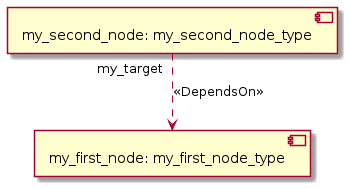
Before: diagrams/tosca-capability-attributes-properties-service-uml2-deployment-diagram.png, a diagram exported from PlantUML (xlab-si/xopera-examples). Source of this version:
```plantuml
@startuml
skinparam componentStyle uml2

component "my_first_node: my_first_node_type" as node_my_first_node
component "my_second_node: my_second_node_type" as node_my_second_node
node_my_second_node "my_target" ..> node_my_first_node : <<DependsOn>>
@enduml
```
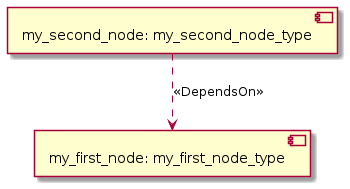
Later version of the same file.

What changed in the source:
```diff
@@ -3,5 +3,5 @@
 
 component "my_first_node: my_first_node_type" as node_my_first_node
 component "my_second_node: my_second_node_type" as node_my_second_node
-node_my_second_node "my_target" ..> node_my_first_node : <<DependsOn>>
+node_my_second_node ..> node_my_first_node : <<DependsOn>>
 @enduml
```
